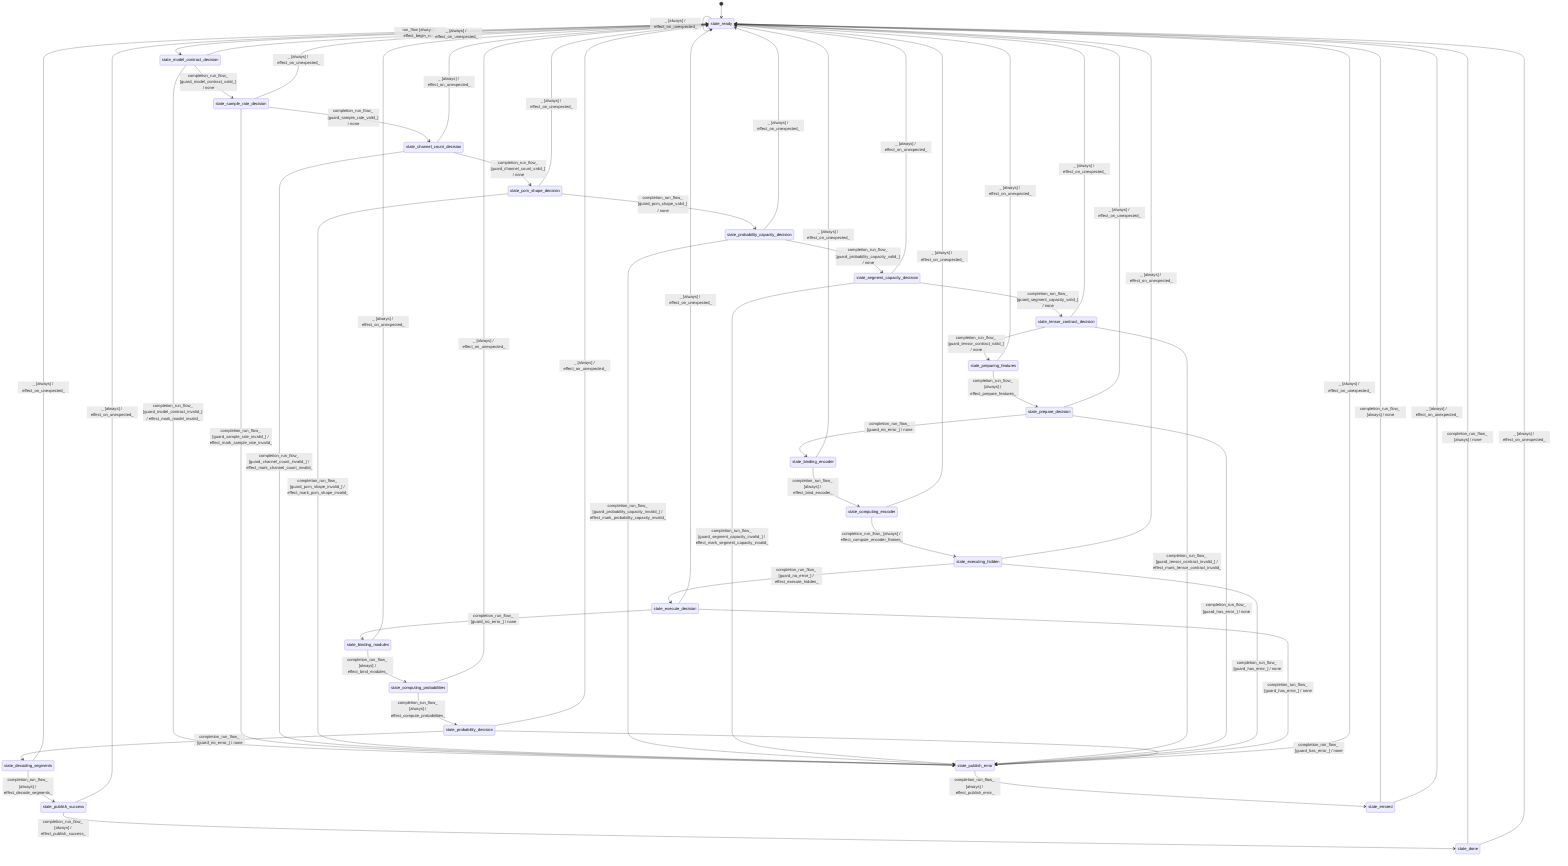
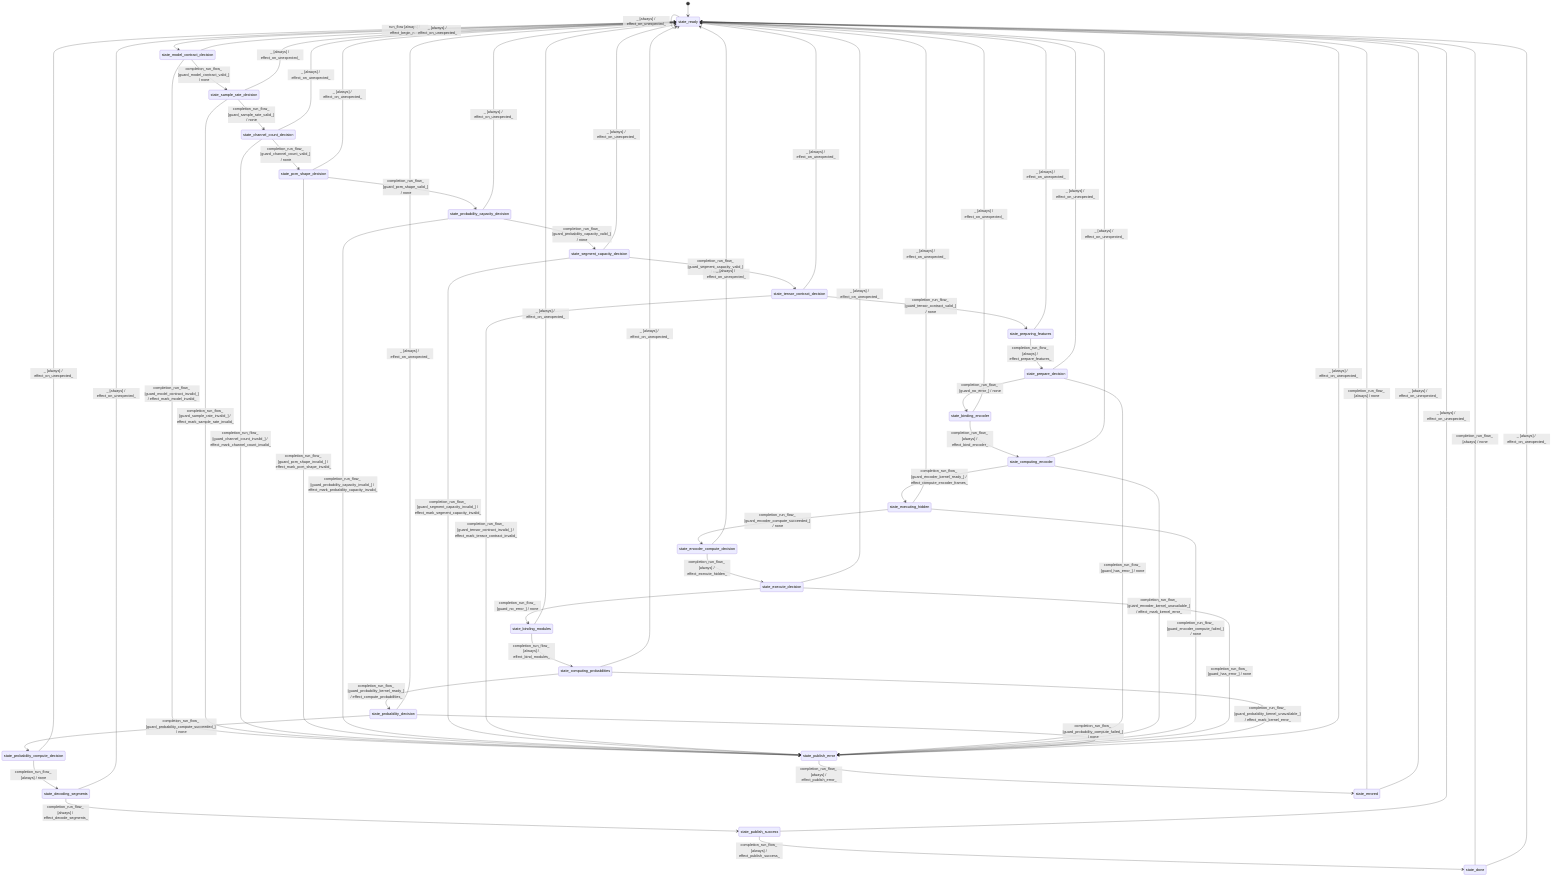
stateDiagram-v2
  direction TB
  [*] --> state_ready
  state_ready --> state_model_contract_decision : run_flow [always] / effect_begin_run_
  state_model_contract_decision --> state_sample_rate_decision : completion_run_flow_ [guard_model_contract_valid_] / none
  state_model_contract_decision --> state_publish_error : completion_run_flow_ [guard_model_contract_invalid_] / effect_mark_model_invalid_
  state_sample_rate_decision --> state_channel_count_decision : completion_run_flow_ [guard_sample_rate_valid_] / none
  state_sample_rate_decision --> state_publish_error : completion_run_flow_ [guard_sample_rate_invalid_] / effect_mark_sample_rate_invalid_
  state_channel_count_decision --> state_pcm_shape_decision : completion_run_flow_ [guard_channel_count_valid_] / none
  state_channel_count_decision --> state_publish_error : completion_run_flow_ [guard_channel_count_invalid_] / effect_mark_channel_count_invalid_
  state_pcm_shape_decision --> state_probability_capacity_decision : completion_run_flow_ [guard_pcm_shape_valid_] / none
  state_pcm_shape_decision --> state_publish_error : completion_run_flow_ [guard_pcm_shape_invalid_] / effect_mark_pcm_shape_invalid_
  state_probability_capacity_decision --> state_segment_capacity_decision : completion_run_flow_ [guard_probability_capacity_valid_] / none
  state_probability_capacity_decision --> state_publish_error : completion_run_flow_ [guard_probability_capacity_invalid_] / effect_mark_probability_capacity_invalid_
  state_segment_capacity_decision --> state_tensor_contract_decision : completion_run_flow_ [guard_segment_capacity_valid_] / none
  state_segment_capacity_decision --> state_publish_error : completion_run_flow_ [guard_segment_capacity_invalid_] / effect_mark_segment_capacity_invalid_
  state_tensor_contract_decision --> state_preparing_features : completion_run_flow_ [guard_tensor_contract_valid_] / none
  state_tensor_contract_decision --> state_publish_error : completion_run_flow_ [guard_tensor_contract_invalid_] / effect_mark_tensor_contract_invalid_
  state_preparing_features --> state_prepare_decision : completion_run_flow_ [always] / effect_prepare_features_
  state_prepare_decision --> state_binding_encoder : completion_run_flow_ [guard_no_error_] / none
  state_prepare_decision --> state_publish_error : completion_run_flow_ [guard_has_error_] / none
  state_binding_encoder --> state_computing_encoder : completion_run_flow_ [always] / effect_bind_encoder_
-   state_computing_encoder --> state_executing_hidden : completion_run_flow_ [always] / effect_compute_encoder_frames_
-   state_executing_hidden --> state_execute_decision : completion_run_flow_ [guard_no_error_] / effect_execute_hidden_
-   state_executing_hidden --> state_publish_error : completion_run_flow_ [guard_has_error_] / none
+   state_computing_encoder --> state_executing_hidden : completion_run_flow_ [guard_encoder_kernel_ready_] / effect_compute_encoder_frames_
+   state_computing_encoder --> state_publish_error : completion_run_flow_ [guard_encoder_kernel_unavailable_] / effect_mark_kernel_error_
+   state_executing_hidden --> state_encoder_compute_decision : completion_run_flow_ [guard_encoder_compute_succeeded_] / none
+   state_executing_hidden --> state_publish_error : completion_run_flow_ [guard_encoder_compute_failed_] / none
+   state_encoder_compute_decision --> state_execute_decision : completion_run_flow_ [always] / effect_execute_hidden_
  state_execute_decision --> state_binding_modules : completion_run_flow_ [guard_no_error_] / none
  state_execute_decision --> state_publish_error : completion_run_flow_ [guard_has_error_] / none
  state_binding_modules --> state_computing_probabilities : completion_run_flow_ [always] / effect_bind_modules_
-   state_computing_probabilities --> state_probability_decision : completion_run_flow_ [always] / effect_compute_probabilities_
-   state_probability_decision --> state_decoding_segments : completion_run_flow_ [guard_no_error_] / none
-   state_probability_decision --> state_publish_error : completion_run_flow_ [guard_has_error_] / none
+   state_computing_probabilities --> state_probability_decision : completion_run_flow_ [guard_probability_kernel_ready_] / effect_compute_probabilities_
+   state_computing_probabilities --> state_publish_error : completion_run_flow_ [guard_probability_kernel_unavailable_] / effect_mark_kernel_error_
+   state_probability_decision --> state_probability_compute_decision : completion_run_flow_ [guard_probability_compute_succeeded_] / none
+   state_probability_decision --> state_publish_error : completion_run_flow_ [guard_probability_compute_failed_] / none
+   state_probability_compute_decision --> state_decoding_segments : completion_run_flow_ [always] / none
  state_decoding_segments --> state_publish_success : completion_run_flow_ [always] / effect_decode_segments_
  state_publish_success --> state_done : completion_run_flow_ [always] / effect_publish_success_
  state_publish_error --> state_errored : completion_run_flow_ [always] / effect_publish_error_
  state_done --> state_ready : completion_run_flow_ [always] / none
  state_errored --> state_ready : completion_run_flow_ [always] / none
  state_ready --> state_ready : _ [always] / effect_on_unexpected_
  state_model_contract_decision --> state_ready : _ [always] / effect_on_unexpected_
  state_sample_rate_decision --> state_ready : _ [always] / effect_on_unexpected_
  state_channel_count_decision --> state_ready : _ [always] / effect_on_unexpected_
  state_pcm_shape_decision --> state_ready : _ [always] / effect_on_unexpected_
  state_probability_capacity_decision --> state_ready : _ [always] / effect_on_unexpected_
  state_segment_capacity_decision --> state_ready : _ [always] / effect_on_unexpected_
  state_tensor_contract_decision --> state_ready : _ [always] / effect_on_unexpected_
  state_preparing_features --> state_ready : _ [always] / effect_on_unexpected_
  state_prepare_decision --> state_ready : _ [always] / effect_on_unexpected_
  state_binding_encoder --> state_ready : _ [always] / effect_on_unexpected_
  state_computing_encoder --> state_ready : _ [always] / effect_on_unexpected_
+   state_encoder_compute_decision --> state_ready : _ [always] / effect_on_unexpected_
  state_executing_hidden --> state_ready : _ [always] / effect_on_unexpected_
  state_execute_decision --> state_ready : _ [always] / effect_on_unexpected_
  state_binding_modules --> state_ready : _ [always] / effect_on_unexpected_
  state_computing_probabilities --> state_ready : _ [always] / effect_on_unexpected_
  state_probability_decision --> state_ready : _ [always] / effect_on_unexpected_
+   state_probability_compute_decision --> state_ready : _ [always] / effect_on_unexpected_
  state_decoding_segments --> state_ready : _ [always] / effect_on_unexpected_
  state_publish_success --> state_ready : _ [always] / effect_on_unexpected_
  state_publish_error --> state_ready : _ [always] / effect_on_unexpected_
  state_done --> state_ready : _ [always] / effect_on_unexpected_
  state_errored --> state_ready : _ [always] / effect_on_unexpected_
